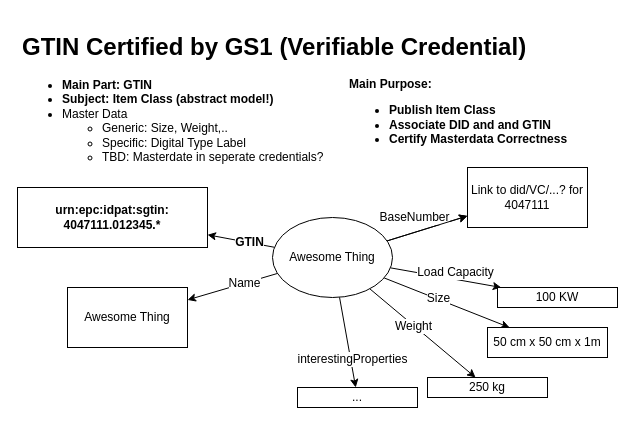
Before: page "GTIN" (2 of 5) of ssi/GS1-VCs.drawio in gs1-germany-innolab/CertifiedByGS1-I4.0-OnePager, a draw.io diagram. Source tidied: cells renumbered, new cells numbered last; positions are measured from the earlier drawing's top-left corner, leaving out a move shared by most shapes. Both pictures are drawn from the tidied source at 100%, with x=0, y=0 at pixel (17, 27).
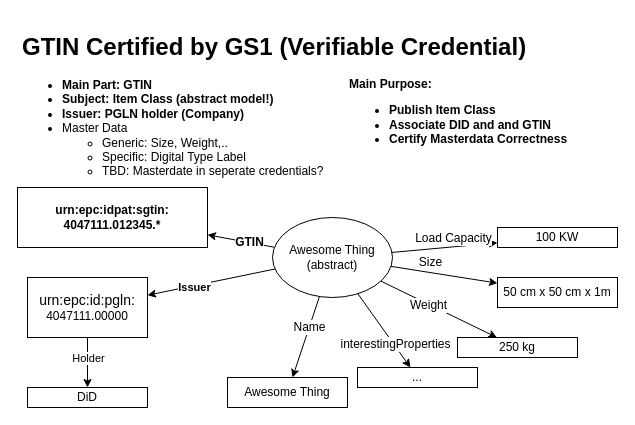
Above is the later version.

What changed in the source:
```diff
@@
-    <mxCell id="2" value="&lt;h1&gt;GTIN Certified by GS1 (Verifiable Credential)&lt;br&gt;&lt;/h1&gt;&lt;ul&gt;&lt;li&gt;&lt;b&gt;Main Part: GTIN&lt;/b&gt;&lt;/li&gt;&lt;li&gt;&lt;b&gt;Subject: Item Class (abstract model!)&lt;br&gt;&lt;/b&gt;&lt;/li&gt;&lt;li&gt;Master Data&lt;/li&gt;&lt;ul&gt;&lt;li&gt;Generic: Size, Weight,..&lt;/li&gt;&lt;li&gt;Specific: Digital Type Label&lt;/li&gt;&lt;li&gt;TBD: Masterdate in seperate credentials?&lt;br&gt;&lt;/li&gt;&lt;/ul&gt;&lt;/ul&gt;" style="text;html=1;strokeColor=none;fillColor=none;spacing=5;spacingTop=-20;whiteSpace=wrap;overflow=hidden;rounded=0;fontSize=12;" parent="1" vertex="1">
+    <mxCell id="2" value="&lt;h1&gt;GTIN Certified by GS1 (Verifiable Credential)&lt;br&gt;&lt;/h1&gt;&lt;ul&gt;&lt;li&gt;&lt;b&gt;Main Part: GTIN&lt;/b&gt;&lt;/li&gt;&lt;li&gt;&lt;b&gt;Subject: Item Class (abstract model!)&lt;/b&gt;&lt;/li&gt;&lt;li&gt;&lt;b&gt;Issuer: PGLN holder (Company)&lt;br&gt;&lt;/b&gt;&lt;/li&gt;&lt;li&gt;Master Data&lt;/li&gt;&lt;ul&gt;&lt;li&gt;Generic: Size, Weight,..&lt;/li&gt;&lt;li&gt;Specific: Digital Type Label&lt;/li&gt;&lt;li&gt;TBD: Masterdate in seperate credentials?&lt;br&gt;&lt;/li&gt;&lt;/ul&gt;&lt;/ul&gt;" style="text;html=1;strokeColor=none;fillColor=none;spacing=5;spacingTop=-20;whiteSpace=wrap;overflow=hidden;rounded=0;fontSize=12;" parent="1" vertex="1">
       <mxGeometry width="600" height="190" as="geometry" />
     </mxCell>
@@
-    <mxCell id="8" style="edgeStyle=none;rounded=0;jettySize=auto;html=1;fontSize=12;" parent="1" edge="1" source="19" target="22">
-      <mxGeometry relative="1" as="geometry" />
-    </mxCell>
-    <mxCell id="9" value="BaseNumber" style="edgeLabel;html=1;align=center;verticalAlign=middle;fontSize=12;" parent="8" vertex="1">
-      <mxGeometry x="-0.13" y="1" relative="1" as="geometry">
-        <mxPoint x="-8.6" y="-11.6" as="offset" />
-      </mxGeometry>
-    </mxCell>
-    <mxCell id="10" style="edgeStyle=none;rounded=0;jettySize=auto;html=1;fontSize=12;" parent="1" edge="1" source="19" target="22">
-      <mxGeometry relative="1" as="geometry" />
-    </mxCell>
@@
+    <mxCell id="28" style="edgeStyle=none;rounded=0;jettySize=auto;html=1;" parent="1" edge="1" source="19" target="32">
+      <mxGeometry relative="1" as="geometry" />
+    </mxCell>
+    <mxCell id="29" value="Issuer" style="edgeLabel;html=1;align=center;verticalAlign=middle;fontStyle=1;" parent="28" vertex="1">
+      <mxGeometry x="0.27" y="1" relative="1" as="geometry" />
+    </mxCell>
-    <mxCell id="19" value="Awesome Thing" style="ellipse;whiteSpace=wrap;html=1;" parent="1" vertex="1">
+    <mxCell id="19" value="Awesome Thing&lt;br&gt;(abstract)" style="ellipse;whiteSpace=wrap;html=1;" parent="1" vertex="1">
       <mxGeometry x="255" y="190" width="120" height="80" as="geometry" />
     </mxCell>
@@
     <mxCell id="21" value="Awesome Thing" style="whiteSpace=wrap;html=1;" parent="1" vertex="1">
-      <mxGeometry x="50" y="260" width="120" height="60" as="geometry" />
+      <mxGeometry x="210" y="350" width="120" height="30" as="geometry" />
     </mxCell>
-    <mxCell id="22" value="Link to did/VC/...? for 4047111" style="whiteSpace=wrap;html=1;" parent="1" vertex="1">
-      <mxGeometry x="450" y="140" width="120" height="60" as="geometry" />
-    </mxCell>
@@
     <mxCell id="24" value="100 KW" style="whiteSpace=wrap;html=1;" parent="1" vertex="1">
-      <mxGeometry x="480" y="260" width="120" height="20" as="geometry" />
+      <mxGeometry x="480" y="200" width="120" height="20" as="geometry" />
     </mxCell>
     <mxCell id="25" value="50 cm x 50 cm x 1m" style="whiteSpace=wrap;html=1;" parent="1" vertex="1">
-      <mxGeometry x="470" y="300" width="120" height="30" as="geometry" />
+      <mxGeometry x="480" y="250" width="120" height="30" as="geometry" />
     </mxCell>
     <mxCell id="26" value="250 kg" style="whiteSpace=wrap;html=1;" parent="1" vertex="1">
-      <mxGeometry x="410" y="350" width="120" height="20" as="geometry" />
+      <mxGeometry x="440" y="310" width="120" height="20" as="geometry" />
     </mxCell>
     <mxCell id="27" value="..." style="whiteSpace=wrap;html=1;" parent="1" vertex="1">
-      <mxGeometry x="280" y="360" width="120" height="20" as="geometry" />
+      <mxGeometry x="340" y="340" width="120" height="20" as="geometry" />
     </mxCell>
+    <mxCell id="30" style="edgeStyle=none;rounded=0;jettySize=auto;html=1;" parent="1" edge="1" source="32" target="33">
+      <mxGeometry relative="1" as="geometry" />
+    </mxCell>
+    <mxCell id="31" value="Holder" style="edgeLabel;html=1;align=center;verticalAlign=middle;" parent="30" vertex="1">
+      <mxGeometry x="-0.58" y="-1" relative="1" as="geometry">
+        <mxPoint x="1" y="9.7" as="offset" />
+      </mxGeometry>
+    </mxCell>
+    <mxCell id="32" value="&lt;div style=&quot;box-sizing: border-box ; font-family: &amp;#34;segoe ui&amp;#34; , , &amp;#34;apple color emoji&amp;#34; , &amp;#34;segoe ui emoji&amp;#34; , sans-serif ; font-size: 14px ; font-style: normal ; font-weight: 400 ; letter-spacing: normal ; text-indent: 0px ; text-transform: none ; word-spacing: 0px&quot;&gt;urn:epc:id:pgln:&lt;/div&gt;4047111.00000&lt;br&gt;" style="whiteSpace=wrap;html=1;" parent="1" vertex="1">
+      <mxGeometry x="10" y="250" width="120" height="60" as="geometry" />
+    </mxCell>
+    <mxCell id="33" value="DiD" style="whiteSpace=wrap;html=1;" parent="1" vertex="1">
+      <mxGeometry x="10" y="360" width="120" height="20" as="geometry" />
+    </mxCell>
```
